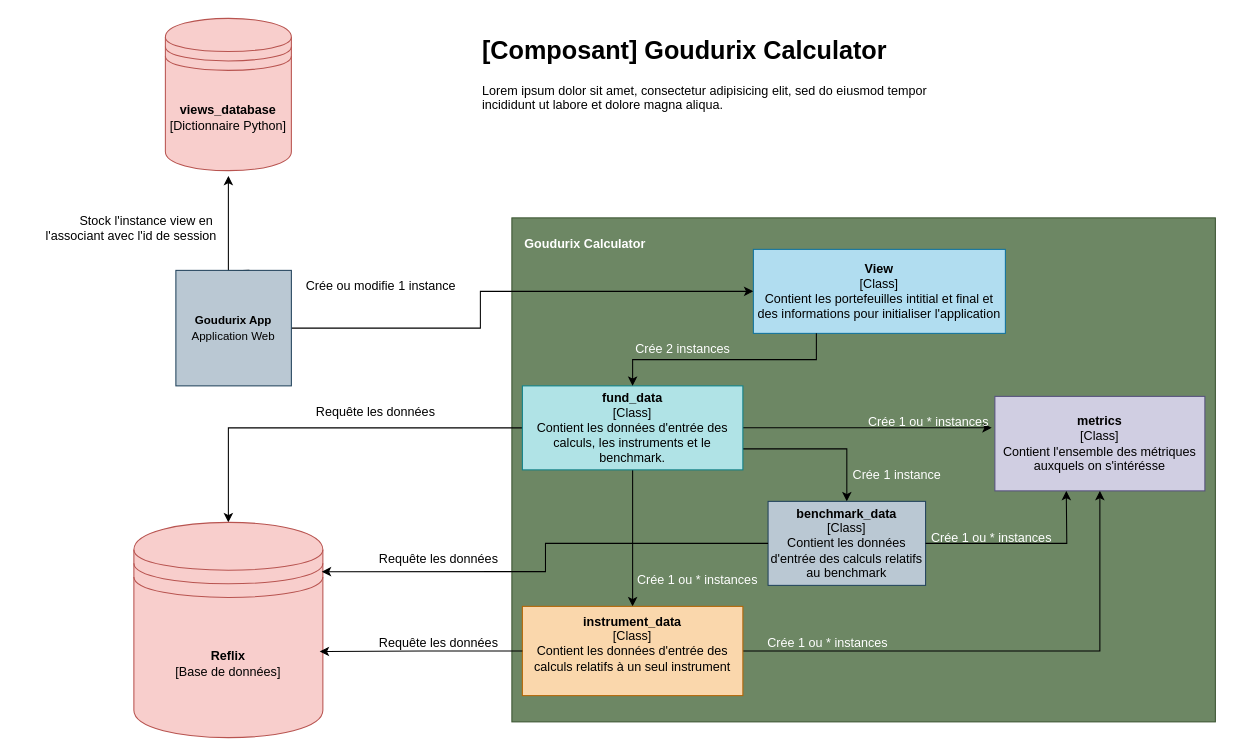
Above: C4/Component/Component.drawio in salimelouahdani/DrawIO (draw.io), before the change. Source tidied: cells renumbered, new cells numbered last; positions are measured from the earlier drawing's top-left corner, leaving out a move shared by most shapes. Both pictures are drawn from the tidied source at 105%, with x=0, y=0 at pixel (18, 18).
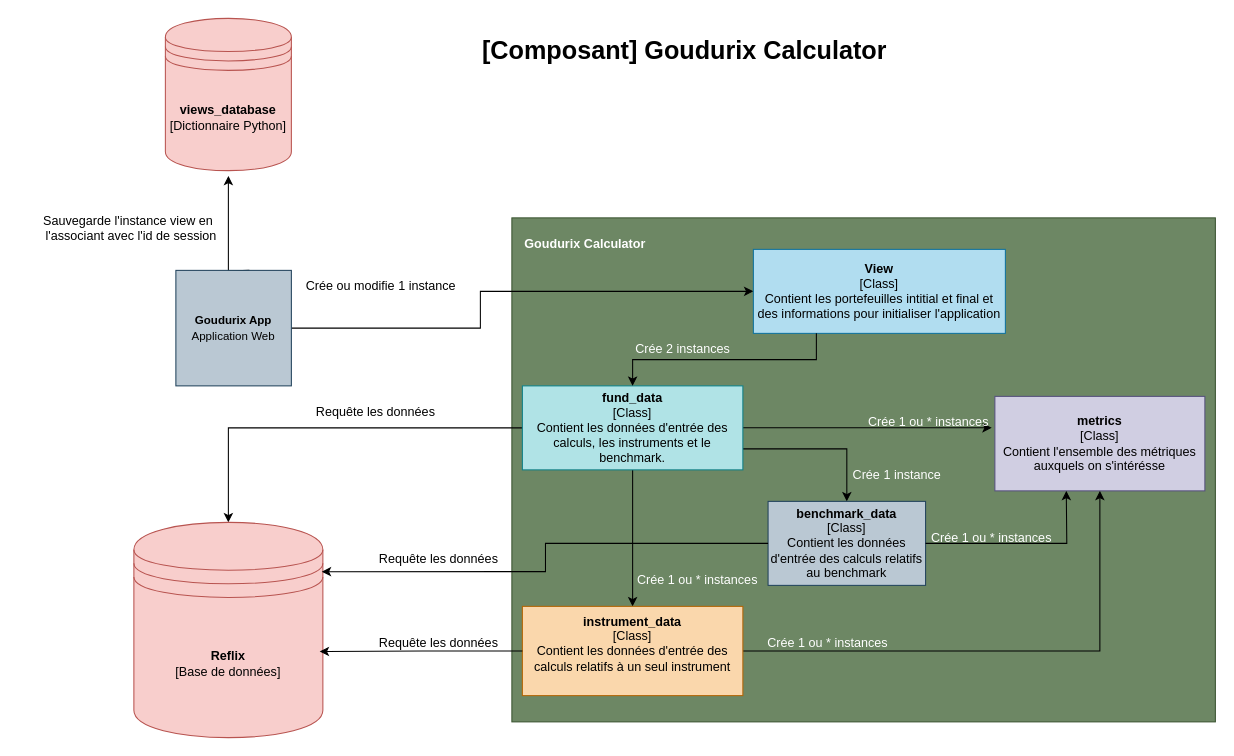
After the change.

Commit message:
Mettre à jour Component.drawio

The edit, as a diff of the source:
```diff
@@
-    <mxCell id="23" value="Stock l'instance view en&amp;nbsp;&lt;div&gt;l'associant avec l'id de session&lt;/div&gt;" style="text;html=1;align=right;verticalAlign=middle;strokeColor=none;fillColor=none;" parent="1" vertex="1">
+    <mxCell id="23" value="Sauvegarde l'instance view en&amp;nbsp;&lt;div&gt;l'associant avec l'id de session&lt;/div&gt;" style="text;html=1;align=right;verticalAlign=middle;strokeColor=none;fillColor=none;" parent="1" vertex="1">
       <mxGeometry y="180" width="190" height="40" as="geometry" />
     </mxCell>
@@
-    <mxCell id="34" value="&lt;h1 style=&quot;margin-top: 0px;&quot;&gt;[Composant] Goudurix Calculator&lt;/h1&gt;&lt;p&gt;Lorem ipsum dolor sit amet, consectetur adipisicing elit, sed do eiusmod tempor incididunt ut labore et dolore magna aliqua.&lt;/p&gt;" style="text;html=1;whiteSpace=wrap;overflow=hidden;rounded=0;" parent="1" vertex="1">
+    <mxCell id="34" value="&lt;h1 style=&quot;margin-top: 0px;&quot;&gt;[Composant] Goudurix Calculator&lt;/h1&gt;" style="text;html=1;whiteSpace=wrap;overflow=hidden;rounded=0;" parent="1" vertex="1">
       <mxGeometry x="440" y="10" width="470" height="120" as="geometry" />
     </mxCell>
```
